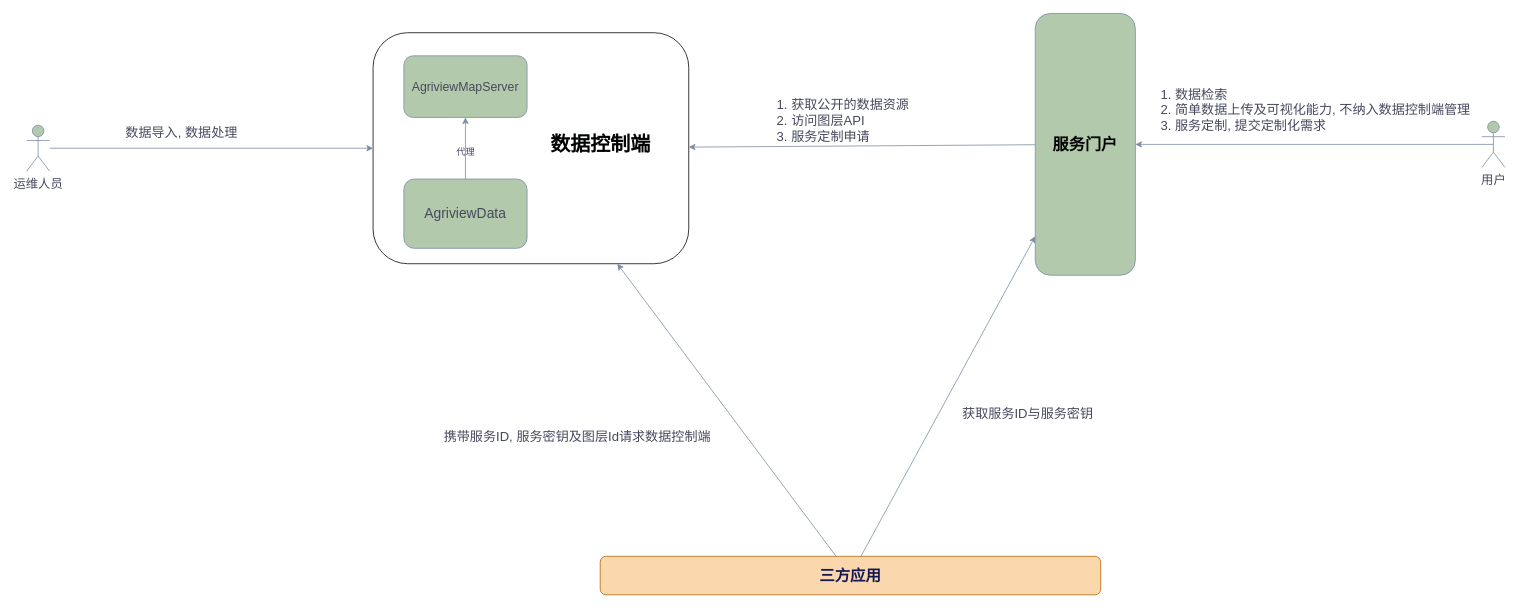
Earlier version of the draw.io diagram page "第 1 页" (1 of 2) of GIS 一张图.drawio (GISering/diagram). Source tidied: cells renumbered, new cells numbered last; positions are measured from the earlier drawing's top-left corner, leaving out a move shared by most shapes. Both pictures are drawn from the tidied source at 77%, with x=0, y=0 at pixel (26, 13).
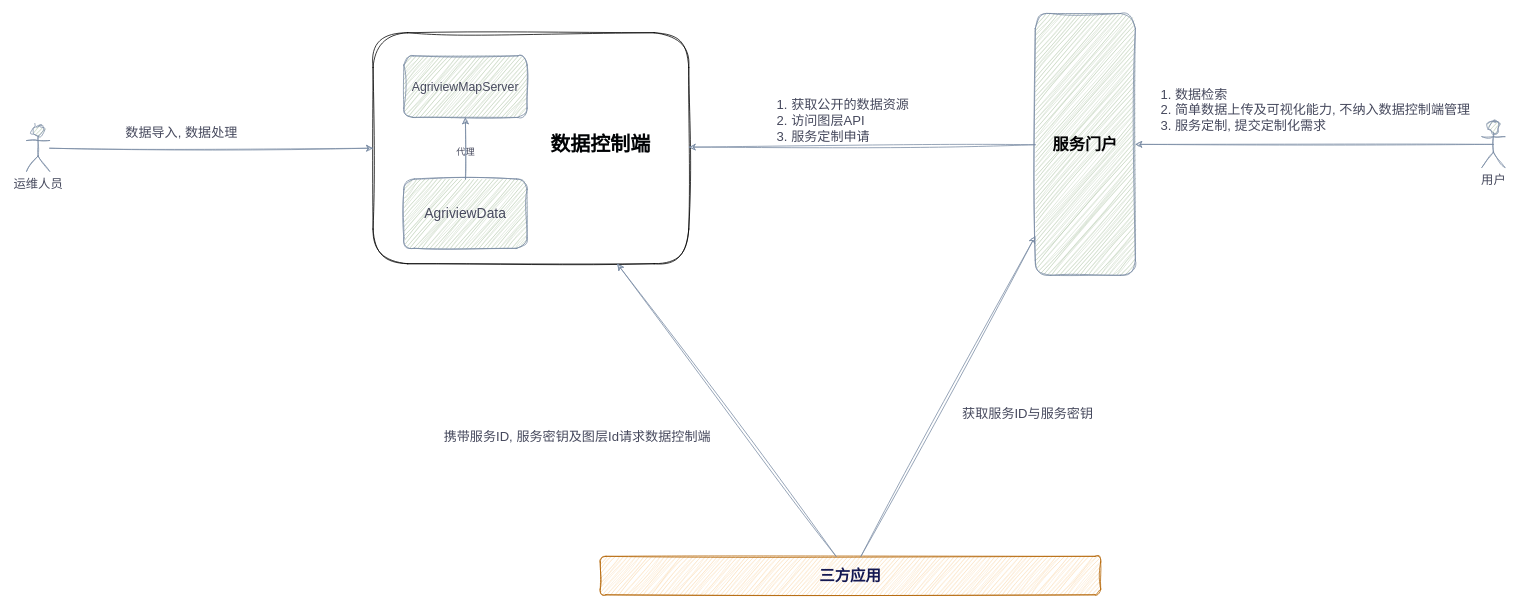
The same diagram, later.

Commit message (it also covers changes not shown here):
更新GIS 一张图.drawio

Change to the diagram source:
```diff
@@
-    <mxCell id="2" value="用户" style="shape=umlActor;verticalLabelPosition=bottom;verticalAlign=top;html=1;strokeColor=#788AA3;fontColor=#46495D;fillColor=#B2C9AB;fontSize=16;" parent="1" vertex="1">
+    <mxCell id="2" value="用户" style="shape=umlActor;verticalLabelPosition=bottom;verticalAlign=top;html=1;strokeColor=#788AA3;fontColor=#46495D;fillColor=#B2C9AB;fontSize=16;sketch=1;curveFitting=1;jiggle=2;" parent="1" vertex="1">
       <mxGeometry x="1890" y="140" width="30" height="60" as="geometry" />
     </mxCell>
-    <mxCell id="3" value="&lt;font color=&quot;#020203&quot; size=&quot;1&quot;&gt;&lt;b style=&quot;font-size: 21px;&quot;&gt;服务门户&lt;/b&gt;&lt;/font&gt;" style="html=1;dashed=0;whiteSpace=wrap;strokeColor=#788AA3;fontColor=#46495D;fillColor=#B2C9AB;rounded=1;" parent="1" vertex="1">
+    <mxCell id="3" value="&lt;font color=&quot;#020203&quot; size=&quot;1&quot;&gt;&lt;b style=&quot;font-size: 21px;&quot;&gt;服务门户&lt;/b&gt;&lt;/font&gt;" style="html=1;dashed=0;whiteSpace=wrap;strokeColor=#788AA3;fontColor=#46495D;fillColor=#B2C9AB;rounded=1;sketch=1;curveFitting=1;jiggle=2;" parent="1" vertex="1">
       <mxGeometry x="1310" width="130" height="340" as="geometry" />
     </mxCell>
-    <mxCell id="4" value="运维人员" style="shape=umlActor;verticalLabelPosition=bottom;verticalAlign=top;html=1;strokeColor=#788AA3;fontColor=#46495D;fillColor=#B2C9AB;fontSize=16;" parent="1" vertex="1">
+    <mxCell id="4" value="运维人员" style="shape=umlActor;verticalLabelPosition=bottom;verticalAlign=top;html=1;strokeColor=#788AA3;fontColor=#46495D;fillColor=#B2C9AB;fontSize=16;sketch=1;curveFitting=1;jiggle=2;" parent="1" vertex="1">
       <mxGeometry y="145" width="30" height="60" as="geometry" />
     </mxCell>
-    <mxCell id="5" value="&lt;font color=&quot;#141852&quot; style=&quot;font-size: 20px;&quot;&gt;&lt;b&gt;三方应用&lt;/b&gt;&lt;/font&gt;" style="html=1;dashed=0;whiteSpace=wrap;strokeColor=#b46504;fillColor=#fad7ac;rounded=1;" parent="1" vertex="1">
+    <mxCell id="5" value="&lt;font color=&quot;#141852&quot; style=&quot;font-size: 20px;&quot;&gt;&lt;b&gt;三方应用&lt;/b&gt;&lt;/font&gt;" style="html=1;dashed=0;whiteSpace=wrap;strokeColor=#b46504;fillColor=#fad7ac;rounded=1;sketch=1;curveFitting=1;jiggle=2;" parent="1" vertex="1">
       <mxGeometry x="745" y="705" width="650" height="50" as="geometry" />
     </mxCell>
-    <mxCell id="6" style="rounded=1;whiteSpace=wrap;html=1;" parent="1" vertex="1">
+    <mxCell id="6" style="rounded=1;whiteSpace=wrap;html=1;sketch=1;curveFitting=1;jiggle=2;" parent="1" vertex="1">
       <mxGeometry x="450" y="25" width="410" height="300" as="geometry" />
     </mxCell>
-    <mxCell id="7" value="&lt;font style=&quot;font-size: 18px;&quot;&gt;AgriviewData&lt;/font&gt;" style="rounded=1;whiteSpace=wrap;html=1;strokeColor=#788AA3;fontColor=#46495D;fillColor=#B2C9AB;fontSize=18;" parent="1" vertex="1">
+    <mxCell id="7" value="&lt;font style=&quot;font-size: 18px;&quot;&gt;AgriviewData&lt;/font&gt;" style="rounded=1;whiteSpace=wrap;html=1;strokeColor=#788AA3;fontColor=#46495D;fillColor=#B2C9AB;fontSize=18;sketch=1;curveFitting=1;jiggle=2;" parent="1" vertex="1">
       <mxGeometry x="490" y="215" width="160" height="90" as="geometry" />
     </mxCell>
-    <mxCell id="8" value="&lt;font style=&quot;font-size: 16px;&quot;&gt;AgriviewMapServer&lt;/font&gt;" style="rounded=1;whiteSpace=wrap;html=1;strokeColor=#788AA3;fontColor=#46495D;fillColor=#B2C9AB;fontSize=16;" parent="1" vertex="1">
+    <mxCell id="8" value="&lt;font style=&quot;font-size: 16px;&quot;&gt;AgriviewMapServer&lt;/font&gt;" style="rounded=1;whiteSpace=wrap;html=1;strokeColor=#788AA3;fontColor=#46495D;fillColor=#B2C9AB;fontSize=16;sketch=1;curveFitting=1;jiggle=2;" parent="1" vertex="1">
       <mxGeometry x="490" y="55" width="160" height="80" as="geometry" />
     </mxCell>
@@
-    <mxCell id="11" style="endArrow=classic;html=1;rounded=0;strokeColor=#788AA3;fontColor=#46495D;fillColor=#B2C9AB;entryX=0.5;entryY=1;entryDx=0;entryDy=0;" parent="1" edge="1" source="7" target="8">
+    <mxCell id="11" style="endArrow=classic;html=1;rounded=0;strokeColor=#788AA3;fontColor=#46495D;fillColor=#B2C9AB;entryX=0.5;entryY=1;entryDx=0;entryDy=0;sketch=1;curveFitting=1;jiggle=2;" parent="1" edge="1" source="7" target="8">
       <mxGeometry relative="1" as="geometry" />
     </mxCell>
-    <mxCell id="12" style="endArrow=classic;html=1;rounded=0;strokeColor=#788AA3;fontColor=#46495D;fillColor=#B2C9AB;" parent="1" edge="1" source="4" target="6">
+    <mxCell id="12" style="endArrow=classic;html=1;rounded=0;strokeColor=#788AA3;fontColor=#46495D;fillColor=#B2C9AB;sketch=1;curveFitting=1;jiggle=2;" parent="1" edge="1" source="4" target="6">
       <mxGeometry relative="1" as="geometry" />
     </mxCell>
@@
-    <mxCell id="14" style="endArrow=classic;html=1;rounded=0;strokeColor=#788AA3;fontColor=#46495D;fillColor=#B2C9AB;exitX=0.5;exitY=0.5;exitDx=0;exitDy=0;exitPerimeter=0;" parent="1" edge="1" source="2" target="3">
+    <mxCell id="14" style="endArrow=classic;html=1;rounded=0;strokeColor=#788AA3;fontColor=#46495D;fillColor=#B2C9AB;exitX=0.5;exitY=0.5;exitDx=0;exitDy=0;exitPerimeter=0;sketch=1;curveFitting=1;jiggle=2;" parent="1" edge="1" source="2" target="3">
       <mxGeometry relative="1" as="geometry" />
     </mxCell>
@@
-    <mxCell id="16" style="endArrow=classic;html=1;rounded=0;strokeColor=#788AA3;fontColor=#46495D;fillColor=#B2C9AB;" parent="1" edge="1" source="3" target="6">
+    <mxCell id="16" style="endArrow=classic;html=1;rounded=0;strokeColor=#788AA3;fontColor=#46495D;fillColor=#B2C9AB;sketch=1;curveFitting=1;jiggle=2;" parent="1" edge="1" source="3" target="6">
       <mxGeometry relative="1" as="geometry" />
     </mxCell>
@@
-    <mxCell id="18" style="endArrow=classic;html=1;rounded=0;strokeColor=#788AA3;fontColor=#46495D;fillColor=#B2C9AB;" parent="1" edge="1" source="5" target="3">
+    <mxCell id="18" style="endArrow=classic;html=1;rounded=0;strokeColor=#788AA3;fontColor=#46495D;fillColor=#B2C9AB;sketch=1;curveFitting=1;jiggle=2;" parent="1" edge="1" source="5" target="3">
       <mxGeometry relative="1" as="geometry" />
     </mxCell>
-    <mxCell id="19" style="endArrow=classic;html=1;rounded=0;strokeColor=#788AA3;fontColor=#46495D;fillColor=#B2C9AB;" parent="1" edge="1" source="5" target="6">
+    <mxCell id="19" style="endArrow=classic;html=1;rounded=0;strokeColor=#788AA3;fontColor=#46495D;fillColor=#B2C9AB;sketch=1;curveFitting=1;jiggle=2;" parent="1" edge="1" source="5" target="6">
       <mxGeometry relative="1" as="geometry" />
     </mxCell>
```
